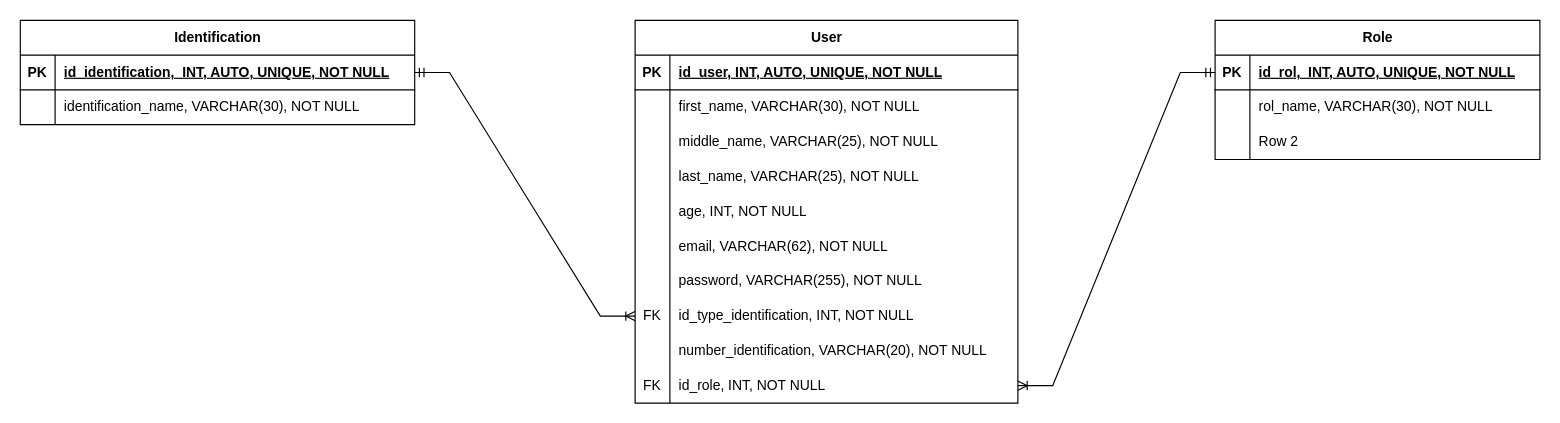
The draw.io diagram page "MR" (2 of 2) of docs/Diagramas draw/Modelado Base de datos.drawio in juansedev2/UsersApp, before the edit. Source tidied: cells renumbered, new cells numbered last; positions are measured from the earlier drawing's top-left corner, leaving out a move shared by most shapes. Both pictures are drawn from the tidied source at 116%, with x=0, y=0 at pixel (20, 20).
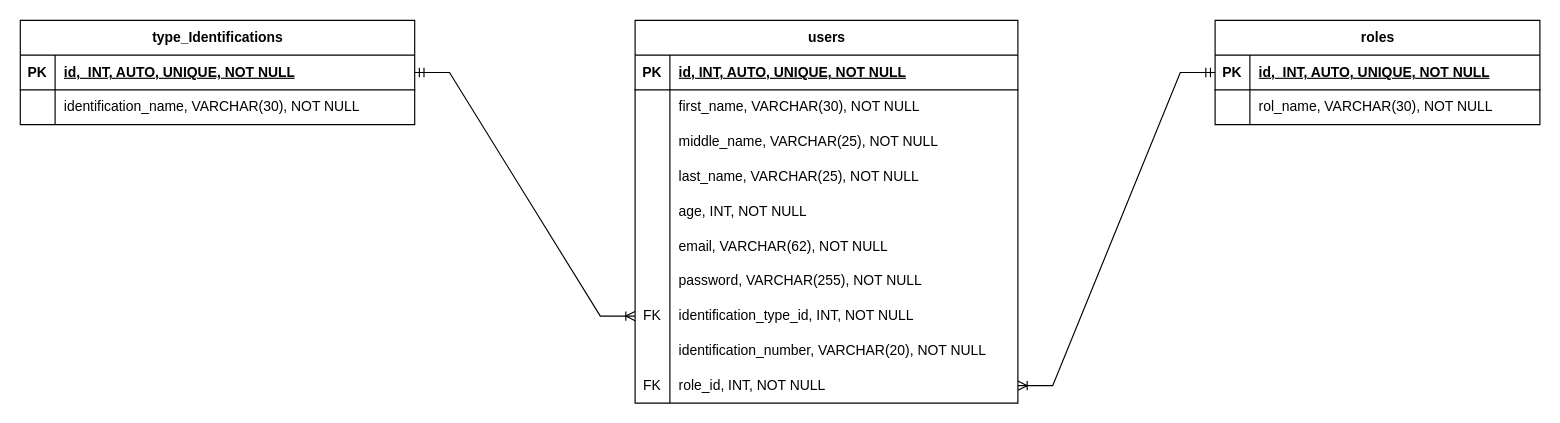
Above is the later version.

The change refers to these unchanged cells:
```xml
<mxCell id="3" style="shape=tableRow;horizontal=0;startSize=0;swimlaneHead=0;swimlaneBody=0;fillColor=none;top=0;left=0;right=0;bottom=1;" parent="2" vertex="1">
  <mxGeometry y="30" width="330" height="30" as="geometry" />
</mxCell>
<mxCell id="24" style="shape=tableRow;horizontal=0;startSize=0;swimlaneHead=0;swimlaneBody=0;fillColor=none;points=[[0,0.5],[1,0.5]];portConstraint=eastwest;top=0;left=0;right=0;bottom=0;" parent="2" vertex="1">
  <mxGeometry y="240" width="330" height="30" as="geometry" />
</mxCell>
<mxCell id="27" style="shape=tableRow;horizontal=0;startSize=0;swimlaneHead=0;swimlaneBody=0;fillColor=none;top=0;left=0;right=0;bottom=0;" parent="2" vertex="1">
  <mxGeometry y="270" width="330" height="30" as="geometry" />
</mxCell>
<mxCell id="30" style="shape=tableRow;horizontal=0;startSize=0;swimlaneHead=0;swimlaneBody=0;fillColor=none;points=[[0,0.5],[1,0.5]];portConstraint=eastwest;top=0;left=0;right=0;bottom=0;" parent="2" vertex="1">
  <mxGeometry y="300" width="330" height="30" as="geometry" />
</mxCell>
<mxCell id="34" style="shape=tableRow;horizontal=0;startSize=0;swimlaneHead=0;swimlaneBody=0;fillColor=none;points=[[0,0.5],[1,0.5]];portConstraint=eastwest;top=0;left=0;right=0;bottom=1;" parent="33" vertex="1">
  <mxGeometry y="30" width="280" height="30" as="geometry" />
</mxCell>
<mxCell id="44" style="shape=tableRow;horizontal=0;startSize=0;swimlaneHead=0;swimlaneBody=0;fillColor=none;points=[[0,0.5],[1,0.5]];portConstraint=eastwest;top=0;left=0;right=0;bottom=1;" parent="43" vertex="1">
  <mxGeometry y="30" width="340" height="30" as="geometry" />
</mxCell>
```

What changed in the source:
```diff
@@
-    <mxCell id="2" value="User" style="shape=table;startSize=30;childLayout=tableLayout;rowLines=0;fontStyle=1;align=center;html=1;" parent="1" vertex="1">
+    <mxCell id="2" value="users" style="shape=table;startSize=30;childLayout=tableLayout;rowLines=0;fontStyle=1;align=center;html=1;" parent="1" vertex="1">
       <mxGeometry x="530" width="330" height="330" as="geometry" />
     </mxCell>
@@
-    <mxCell id="5" value="id_user, INT, AUTO, UNIQUE, NOT NULL" style="shape=partialRectangle;fillColor=none;top=0;left=0;bottom=0;right=0;align=left;spacingLeft=6;fontStyle=5;overflow=hidden;whiteSpace=wrap;html=1;" parent="3" vertex="1">
+    <mxCell id="5" value="id, INT, AUTO, UNIQUE, NOT NULL" style="shape=partialRectangle;fillColor=none;top=0;left=0;bottom=0;right=0;align=left;spacingLeft=6;fontStyle=5;overflow=hidden;whiteSpace=wrap;html=1;" parent="3" vertex="1">
       <mxGeometry x="30" width="300" height="30" as="geometry" />
     </mxCell>
@@
-    <mxCell id="26" value="id_type_identification,&amp;nbsp;INT, NOT NULL" style="shape=partialRectangle;fillColor=none;top=0;left=0;bottom=0;right=0;align=left;spacingLeft=6;overflow=hidden;whiteSpace=wrap;html=1;" parent="24" vertex="1">
+    <mxCell id="26" value="identification_type_id,&amp;nbsp;INT, NOT NULL" style="shape=partialRectangle;fillColor=none;top=0;left=0;bottom=0;right=0;align=left;spacingLeft=6;overflow=hidden;whiteSpace=wrap;html=1;" parent="24" vertex="1">
       <mxGeometry x="30" width="300" height="30" as="geometry" />
     </mxCell>
@@
-    <mxCell id="29" value="number_identification,&amp;nbsp;VARCHAR(20), NOT NULL" style="shape=partialRectangle;fillColor=none;top=0;left=0;bottom=0;right=0;align=left;spacingLeft=6;overflow=hidden;whiteSpace=wrap;html=1;" parent="27" vertex="1">
+    <mxCell id="29" value="identification_number,&amp;nbsp;VARCHAR(20), NOT NULL" style="shape=partialRectangle;fillColor=none;top=0;left=0;bottom=0;right=0;align=left;spacingLeft=6;overflow=hidden;whiteSpace=wrap;html=1;" parent="27" vertex="1">
       <mxGeometry x="30" width="300" height="30" as="geometry" />
     </mxCell>
@@
-    <mxCell id="32" value="id_role,&amp;nbsp;INT, NOT NULL" style="shape=partialRectangle;fillColor=none;top=0;left=0;bottom=0;right=0;align=left;spacingLeft=6;overflow=hidden;whiteSpace=wrap;html=1;" parent="30" vertex="1">
+    <mxCell id="32" value="role_id,&amp;nbsp;INT, NOT NULL" style="shape=partialRectangle;fillColor=none;top=0;left=0;bottom=0;right=0;align=left;spacingLeft=6;overflow=hidden;whiteSpace=wrap;html=1;" parent="30" vertex="1">
       <mxGeometry x="30" width="300" height="30" as="geometry" />
     </mxCell>
-    <mxCell id="33" value="Role" style="shape=table;startSize=30;childLayout=tableLayout;rowLines=0;fontStyle=1;align=center;html=1;" parent="1" vertex="1">
-      <mxGeometry x="1030" width="280" height="120" as="geometry" />
+    <mxCell id="33" value="roles" style="shape=table;startSize=30;childLayout=tableLayout;rowLines=0;fontStyle=1;align=center;html=1;" parent="1" vertex="1">
+      <mxGeometry x="1030" width="280" height="90" as="geometry" />
     </mxCell>
@@
-    <mxCell id="36" value="id_rol,&amp;nbsp;&amp;nbsp;INT, AUTO, UNIQUE, NOT NULL" style="shape=partialRectangle;fillColor=none;top=0;left=0;bottom=0;right=0;align=left;spacingLeft=6;fontStyle=5;overflow=hidden;whiteSpace=wrap;html=1;" parent="34" vertex="1">
+    <mxCell id="36" value="id,&amp;nbsp;&amp;nbsp;INT, AUTO, UNIQUE, NOT NULL" style="shape=partialRectangle;fillColor=none;top=0;left=0;bottom=0;right=0;align=left;spacingLeft=6;fontStyle=5;overflow=hidden;whiteSpace=wrap;html=1;" parent="34" vertex="1">
       <mxGeometry x="30" width="250" height="30" as="geometry" />
     </mxCell>
@@
-    <mxCell id="40" style="shape=tableRow;horizontal=0;startSize=0;swimlaneHead=0;swimlaneBody=0;fillColor=none;top=0;left=0;right=0;bottom=0;" parent="33" vertex="1">
-      <mxGeometry y="90" width="280" height="30" as="geometry" />
-    </mxCell>
-    <mxCell id="41" style="shape=partialRectangle;fillColor=none;top=0;left=0;bottom=0;right=0;overflow=hidden;whiteSpace=wrap;html=1;" parent="40" vertex="1">
-      <mxGeometry width="30" height="30" as="geometry" />
-    </mxCell>
-    <mxCell id="42" value="Row 2" style="shape=partialRectangle;fillColor=none;top=0;left=0;bottom=0;right=0;align=left;spacingLeft=6;overflow=hidden;whiteSpace=wrap;html=1;" parent="40" vertex="1">
-      <mxGeometry x="30" width="250" height="30" as="geometry" />
-    </mxCell>
-    <mxCell id="43" value="Identification" style="shape=table;startSize=30;childLayout=tableLayout;rowLines=0;fontStyle=1;align=center;html=1;" parent="1" vertex="1">
+    <mxCell id="43" value="type_Identifications" style="shape=table;startSize=30;childLayout=tableLayout;rowLines=0;fontStyle=1;align=center;html=1;" parent="1" vertex="1">
       <mxGeometry width="340" height="90" as="geometry" />
     </mxCell>
@@
-    <mxCell id="46" value="id_identification,&amp;nbsp;&amp;nbsp;INT, AUTO, UNIQUE, NOT NULL" style="shape=partialRectangle;fillColor=none;top=0;left=0;bottom=0;right=0;align=left;spacingLeft=6;fontStyle=5;overflow=hidden;whiteSpace=wrap;html=1;" parent="44" vertex="1">
+    <mxCell id="46" value="id,&amp;nbsp;&amp;nbsp;INT, AUTO, UNIQUE, NOT NULL" style="shape=partialRectangle;fillColor=none;top=0;left=0;bottom=0;right=0;align=left;spacingLeft=6;fontStyle=5;overflow=hidden;whiteSpace=wrap;html=1;" parent="44" vertex="1">
       <mxGeometry x="30" width="310" height="30" as="geometry" />
     </mxCell>
```
